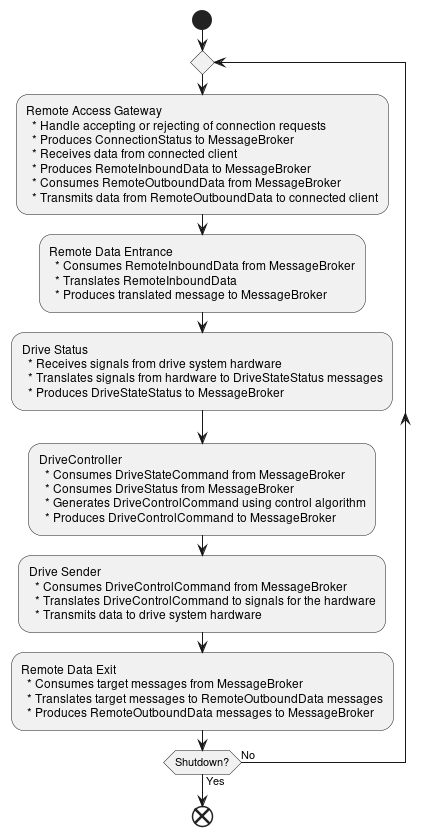
This is design/service-flow.png from The-Arkitekt/the-robot, a PlantUML export, as it was before one commit.
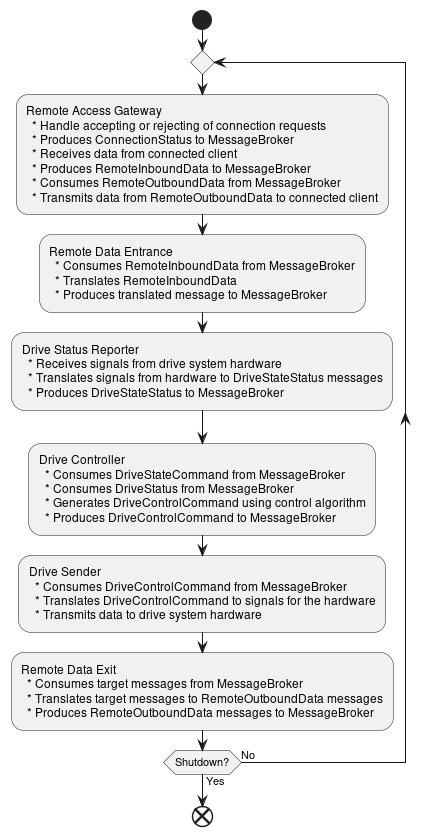
Later version of the same file.

The edit, as a diff of the source:
```diff
@@ -16,12 +16,12 @@
   * Translates RemoteInboundData
   * Produces translated message to MessageBroker;
 
-:Drive Status
+:Drive Status Reporter
   * Receives signals from drive system hardware
   * Translates signals from hardware to DriveStateStatus messages
   * Produces DriveStateStatus to MessageBroker;
 
-:DriveController
+:Drive Controller
   * Consumes DriveStateCommand from MessageBroker
   * Consumes DriveStatus from MessageBroker
   * Generates DriveControlCommand using control algorithm
```
